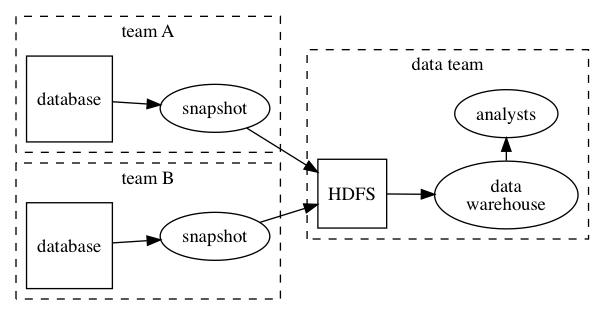
joekearney/joekearney.github.io keeps this Graphviz diagram as images/dot/img/dataset-encapsulation-fixed.png. Above is the earlier version. Its source is kept beside it as images/dot/src/dataset-encapsulation-fixed.dot.
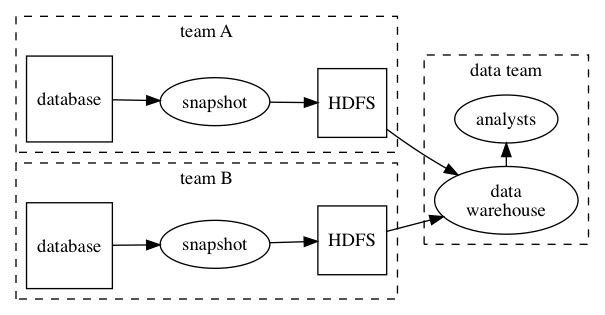
After the change.

Commit message:
Move HDFS into team ownership in encapsulation pic

What changed in the source:
```diff
@@ -6,7 +6,8 @@
   dw[label="data\nwarehouse"]
   sa[label="snapshot"]
   sb[label="snapshot"]
-  hdfs[label="HDFS", shape=square]
+  hdfsA[label="HDFS", shape=square]
+  hdfsB[label="HDFS", shape=square]
   a[label="analysts"]
 
   subgraph clusterA {
@@ -14,12 +15,14 @@
     style = dashed
     dba
     sa
+    hdfsA
   }
   subgraph clusterB {
     label = "team B"
     style = dashed
     dbb
     sb
+    hdfsB
   }
 
   subgraph clusterdata {
@@ -28,9 +31,11 @@
 
     {rank=same; dw; a}
 
-    hdfs -> dw -> a
+    hdfsA -> dw
+    hdfsB -> dw
+    dw -> a
   }
 
-  dba -> sa -> hdfs
-  dbb -> sb -> hdfs
+  dba -> sa -> hdfsA
+  dbb -> sb -> hdfsB
 }
```
